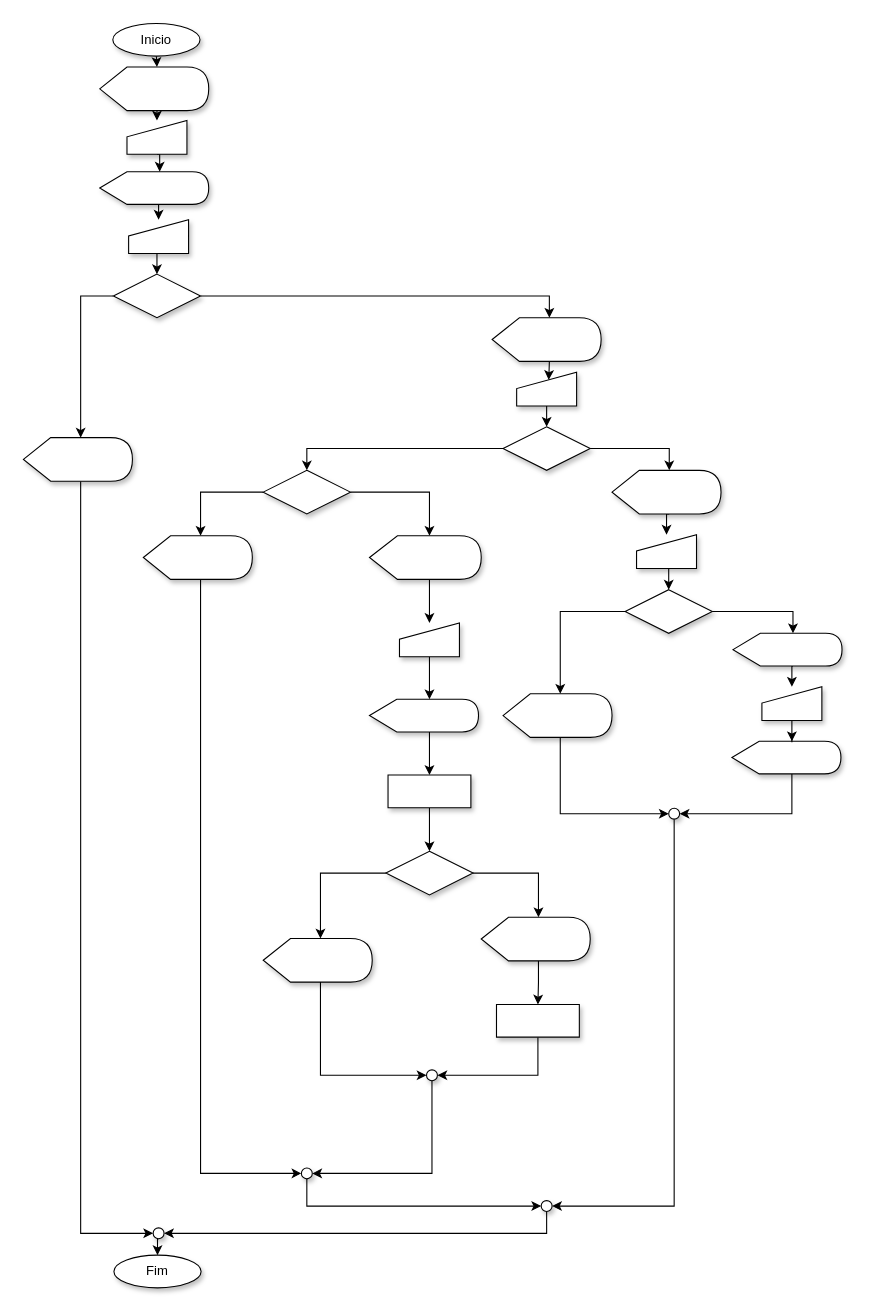
Earlier version of the draw.io diagram SistemaCadastro.drawio (MatheusLPolidoro/senai-versoes-colaboracoes). Source tidied: cells renumbered, new cells numbered last; positions are measured from the earlier drawing's top-left corner, leaving out a move shared by most shapes. Both pictures are drawn from the tidied source at 109%, with x=0, y=0 at pixel (23, 23).
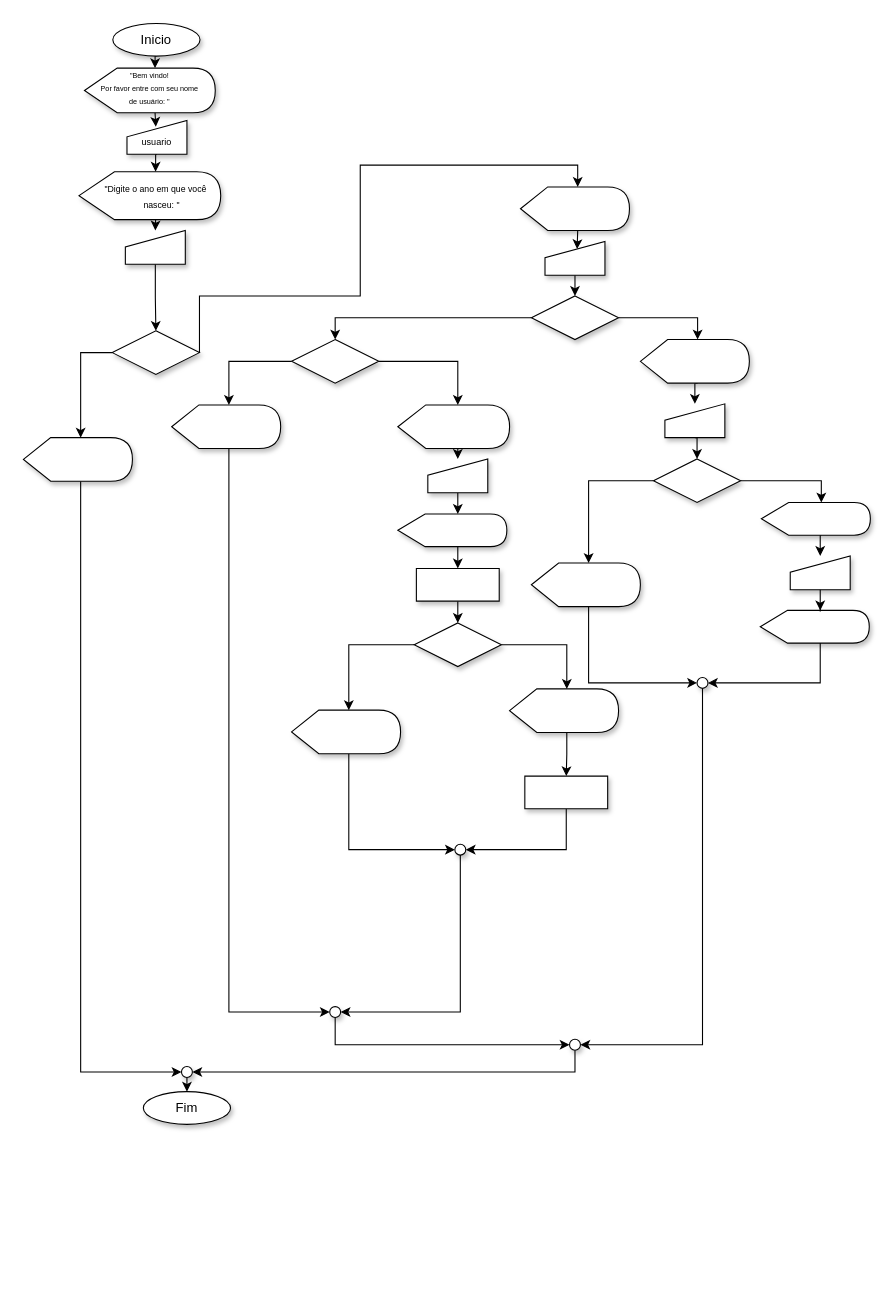
The same diagram, later.

The change refers to these unchanged cells:
```xml
<mxCell id="7" style="shape=display;whiteSpace=wrap;html=1;shadow=1;" parent="1" vertex="1">
  <mxGeometry y="380" width="100" height="40" as="geometry" />
</mxCell>
<mxCell id="27" value="Inicio" style="ellipse;whiteSpace=wrap;html=1;align=center;newEdgeStyle={&quot;edgeStyle&quot;:&quot;entityRelationEdgeStyle&quot;,&quot;startArrow&quot;:&quot;none&quot;,&quot;endArrow&quot;:&quot;none&quot;,&quot;segment&quot;:10,&quot;curved&quot;:1};shadow=1;" parent="1" vertex="1">
  <mxGeometry x="82" width="80" height="30" as="geometry" />
</mxCell>
```

Change to the diagram source:
```diff
@@
-    <mxCell id="2" style="edgeStyle=orthogonalEdgeStyle;rounded=0;jettySize=auto;html=1;exitX=0;exitY=0;exitDx=52.5;exitDy=40;exitPerimeter=0;entryX=0.5;entryY=0;entryDx=0;entryDy=0;" parent="1" edge="1" source="3" target="30">
+    <mxCell id="2" style="edgeStyle=orthogonalEdgeStyle;rounded=0;jettySize=auto;html=1;exitX=0;exitY=0;exitDx=64.75;exitDy=41;exitPerimeter=0;entryX=0.481;entryY=0.186;entryDx=0;entryDy=0;entryPerimeter=0;" parent="1" edge="1" source="3" target="30">
       <mxGeometry relative="1" as="geometry" />
     </mxCell>
-    <mxCell id="3" style="shape=display;whiteSpace=wrap;html=1;shadow=1;" parent="1" vertex="1">
-      <mxGeometry x="70" y="40" width="100" height="40" as="geometry" />
+    <mxCell id="3" value="&lt;font style=&quot;font-size: 8px&quot;&gt;&lt;sup&gt;&quot;Bem vindo! &lt;br&gt;Por favor entre com seu nome &lt;br&gt;de usuário: &quot;&lt;/sup&gt;&lt;/font&gt;" style="shape=display;whiteSpace=wrap;html=1;shadow=1;fontSize=4;" parent="1" vertex="1">
+      <mxGeometry x="56" y="41" width="120" height="41" as="geometry" />
     </mxCell>
-    <mxCell id="4" style="edgeStyle=orthogonalEdgeStyle;rounded=0;jettySize=auto;html=1;exitX=0;exitY=0;exitDx=55;exitDy=30;exitPerimeter=0;entryX=0.5;entryY=0;entryDx=0;entryDy=0;" parent="1" edge="1" source="5" target="32">
+    <mxCell id="4" style="rounded=0;jettySize=auto;html=1;exitX=0;exitY=0;exitDx=70.25;exitDy=44;exitPerimeter=0;entryX=0.5;entryY=0;entryDx=0;entryDy=0;" parent="1" edge="1" source="5" target="32">
       <mxGeometry relative="1" as="geometry" />
     </mxCell>
-    <mxCell id="5" style="shape=display;whiteSpace=wrap;html=1;shadow=1;" parent="1" vertex="1">
-      <mxGeometry x="70" y="136" width="100" height="30" as="geometry" />
+    <mxCell id="5" value="&lt;font style=&quot;font-size: 8px&quot;&gt;&amp;nbsp; &amp;nbsp; &amp;nbsp; &quot;Digite o ano em que você&amp;nbsp;&lt;br&gt;&amp;nbsp; &amp;nbsp; &amp;nbsp; &amp;nbsp; &amp;nbsp; nasceu: &quot;&lt;/font&gt;" style="shape=display;whiteSpace=wrap;html=1;shadow=1;" parent="1" vertex="1">
+      <mxGeometry x="51" y="136" width="130" height="44" as="geometry" />
     </mxCell>
@@
     <mxCell id="9" style="shape=display;whiteSpace=wrap;html=1;shadow=1;" parent="1" vertex="1">
-      <mxGeometry x="430" y="270" width="100" height="40" as="geometry" />
+      <mxGeometry x="456" y="150" width="100" height="40" as="geometry" />
     </mxCell>
@@
     <mxCell id="11" style="shape=display;whiteSpace=wrap;html=1;shadow=1;" parent="1" vertex="1">
-      <mxGeometry x="540" y="410" width="100" height="40" as="geometry" />
+      <mxGeometry x="566" y="290" width="100" height="40" as="geometry" />
     </mxCell>
@@
     <mxCell id="13" style="shape=display;whiteSpace=wrap;html=1;shadow=1;" parent="1" vertex="1">
-      <mxGeometry x="650" y="658.5" width="100" height="30" as="geometry" />
+      <mxGeometry x="676" y="538.5" width="100" height="30" as="geometry" />
     </mxCell>
@@
     <mxCell id="15" style="shape=display;whiteSpace=wrap;html=1;shadow=1;" parent="1" vertex="1">
-      <mxGeometry x="440" y="615" width="100" height="40" as="geometry" />
+      <mxGeometry x="466" y="495" width="100" height="40" as="geometry" />
     </mxCell>
@@
     <mxCell id="17" style="shape=display;whiteSpace=wrap;html=1;shadow=1;" parent="1" vertex="1">
-      <mxGeometry x="317.5" y="470" width="102.5" height="40" as="geometry" />
+      <mxGeometry x="343.5" y="350" width="102.5" height="40" as="geometry" />
     </mxCell>
@@
     <mxCell id="19" style="shape=display;whiteSpace=wrap;html=1;shadow=1;" parent="1" vertex="1">
-      <mxGeometry x="317.5" y="620" width="100" height="30" as="geometry" />
+      <mxGeometry x="343.5" y="450" width="100" height="30" as="geometry" />
     </mxCell>
@@
     <mxCell id="21" style="shape=display;whiteSpace=wrap;html=1;shadow=1;" parent="1" vertex="1">
-      <mxGeometry x="220" y="839.5" width="100" height="40" as="geometry" />
+      <mxGeometry x="246" y="630" width="100" height="40" as="geometry" />
     </mxCell>
@@
     <mxCell id="23" style="shape=display;whiteSpace=wrap;html=1;shadow=1;" parent="1" vertex="1">
-      <mxGeometry x="110" y="470" width="100" height="40" as="geometry" />
+      <mxGeometry x="136" y="350" width="100" height="40" as="geometry" />
     </mxCell>
@@
     <mxCell id="25" style="shape=display;whiteSpace=wrap;html=1;shadow=1;" parent="1" vertex="1">
-      <mxGeometry x="420" y="820" width="100" height="40" as="geometry" />
+      <mxGeometry x="446" y="610.5" width="100" height="40" as="geometry" />
     </mxCell>
-    <mxCell id="26" style="edgeStyle=orthogonalEdgeStyle;rounded=0;jettySize=auto;html=1;exitX=0.5;exitY=1;exitDx=0;exitDy=0;entryX=0;entryY=0;entryDx=52.5;entryDy=0;entryPerimeter=0;" parent="1" edge="1" source="27" target="3">
+    <mxCell id="26" style="edgeStyle=orthogonalEdgeStyle;rounded=0;jettySize=auto;html=1;exitX=0.5;exitY=1;exitDx=0;exitDy=0;entryX=0;entryY=0;entryDx=64.75;entryDy=0;entryPerimeter=0;" parent="1" edge="1" source="27" target="3">
       <mxGeometry relative="1" as="geometry" />
     </mxCell>
@@
     <mxCell id="28" value="Fim" style="ellipse;whiteSpace=wrap;html=1;align=center;newEdgeStyle={&quot;edgeStyle&quot;:&quot;entityRelationEdgeStyle&quot;,&quot;startArrow&quot;:&quot;none&quot;,&quot;endArrow&quot;:&quot;none&quot;,&quot;segment&quot;:10,&quot;curved&quot;:1};shadow=1;" parent="1" vertex="1">
-      <mxGeometry x="83" y="1130" width="80" height="30" as="geometry" />
+      <mxGeometry x="110" y="980" width="80" height="30" as="geometry" />
     </mxCell>
-    <mxCell id="29" style="edgeStyle=orthogonalEdgeStyle;rounded=0;jettySize=auto;html=1;exitX=0.5;exitY=1;exitDx=0;exitDy=0;entryX=0;entryY=0;entryDx=55;entryDy=0;entryPerimeter=0;" parent="1" edge="1" source="30" target="5">
+    <mxCell id="29" style="edgeStyle=orthogonalEdgeStyle;rounded=0;jettySize=auto;html=1;exitX=0.5;exitY=1;exitDx=0;exitDy=0;entryX=0;entryY=0;entryDx=70.25;entryDy=0;entryPerimeter=0;" parent="1" edge="1" source="30" target="5">
       <mxGeometry relative="1" as="geometry" />
     </mxCell>
-    <mxCell id="30" style="shape=manualInput;whiteSpace=wrap;html=1;shadow=1;size=15;" parent="1" vertex="1">
+    <mxCell id="30" value="&lt;font style=&quot;font-size: 10px&quot;&gt;&lt;sub&gt;usuario&lt;/sub&gt;&lt;/font&gt;" style="shape=manualInput;whiteSpace=wrap;html=1;shadow=1;size=15;" parent="1" vertex="1">
       <mxGeometry x="95" y="89" width="55" height="31" as="geometry" />
     </mxCell>
@@
     <mxCell id="32" style="shape=manualInput;whiteSpace=wrap;html=1;shadow=1;size=15;" parent="1" vertex="1">
-      <mxGeometry x="96.5" y="180" width="55" height="31" as="geometry" />
+      <mxGeometry x="93.5" y="190" width="55" height="31" as="geometry" />
     </mxCell>
+    <mxCell id="34" style="edgeStyle=orthogonalEdgeStyle;rounded=0;jettySize=auto;html=1;exitX=0;exitY=0.5;exitDx=0;exitDy=0;exitPerimeter=0;entryX=0;entryY=0;entryDx=52.5;entryDy=0;entryPerimeter=0;" parent="1" edge="1" source="35" target="7">
+      <mxGeometry relative="1" as="geometry" />
+    </mxCell>
     <mxCell id="33" style="edgeStyle=orthogonalEdgeStyle;rounded=0;jettySize=auto;html=1;exitX=1;exitY=0.5;exitDx=0;exitDy=0;exitPerimeter=0;entryX=0;entryY=0;entryDx=52.5;entryDy=0;entryPerimeter=0;" parent="1" edge="1" source="35" target="9">
-      <mxGeometry relative="1" as="geometry" />
+      <mxGeometry relative="1" as="geometry">
+        <Array as="points">
+          <mxPoint x="161" y="250" />
+          <mxPoint x="309" y="250" />
+          <mxPoint x="309" y="130" />
+          <mxPoint x="509" y="130" />
+        </Array>
+      </mxGeometry>
     </mxCell>
-    <mxCell id="34" style="edgeStyle=orthogonalEdgeStyle;rounded=0;jettySize=auto;html=1;exitX=0;exitY=0.5;exitDx=0;exitDy=0;exitPerimeter=0;entryX=0;entryY=0;entryDx=52.5;entryDy=0;entryPerimeter=0;" parent="1" edge="1" source="35" target="7">
-      <mxGeometry relative="1" as="geometry" />
-    </mxCell>
     <mxCell id="35" style="strokeWidth=1;html=1;shape=mxgraph.flowchart.decision;whiteSpace=wrap;shadow=1;" parent="1" vertex="1">
-      <mxGeometry x="82.5" y="230" width="80" height="40" as="geometry" />
+      <mxGeometry x="81.5" y="282" width="80" height="40" as="geometry" />
     </mxCell>
@@
     <mxCell id="37" style="shape=manualInput;whiteSpace=wrap;html=1;shadow=1;size=15;" parent="1" vertex="1">
-      <mxGeometry x="452.5" y="320" width="55" height="31" as="geometry" />
+      <mxGeometry x="478.5" y="200" width="55" height="31" as="geometry" />
     </mxCell>
@@
     <mxCell id="39" style="shape=manualInput;whiteSpace=wrap;html=1;shadow=1;size=15;" parent="1" vertex="1">
-      <mxGeometry x="562.5" y="469" width="55" height="31" as="geometry" />
+      <mxGeometry x="588.5" y="349" width="55" height="31" as="geometry" />
     </mxCell>
@@
     <mxCell id="41" style="shape=manualInput;whiteSpace=wrap;html=1;shadow=1;size=15;" parent="1" vertex="1">
-      <mxGeometry x="677.5" y="608.5" width="55" height="31" as="geometry" />
+      <mxGeometry x="703.5" y="488.5" width="55" height="31" as="geometry" />
     </mxCell>
@@
     <mxCell id="43" style="shape=display;whiteSpace=wrap;html=1;shadow=1;" parent="1" vertex="1">
-      <mxGeometry x="651" y="559.5" width="100" height="30" as="geometry" />
+      <mxGeometry x="677" y="439.5" width="100" height="30" as="geometry" />
     </mxCell>
@@
     <mxCell id="46" style="strokeWidth=1;html=1;shape=mxgraph.flowchart.decision;whiteSpace=wrap;shadow=1;" parent="1" vertex="1">
-      <mxGeometry x="220" y="410" width="80" height="40" as="geometry" />
+      <mxGeometry x="246" y="290" width="80" height="40" as="geometry" />
     </mxCell>
@@
     <mxCell id="49" style="strokeWidth=1;html=1;shape=mxgraph.flowchart.decision;whiteSpace=wrap;shadow=1;" parent="1" vertex="1">
-      <mxGeometry x="440" y="370" width="80" height="40" as="geometry" />
+      <mxGeometry x="466" y="250" width="80" height="40" as="geometry" />
     </mxCell>
@@
     <mxCell id="52" style="strokeWidth=1;html=1;shape=mxgraph.flowchart.decision;whiteSpace=wrap;shadow=1;" parent="1" vertex="1">
-      <mxGeometry x="332.5" y="759.5" width="80" height="40" as="geometry" />
+      <mxGeometry x="358.5" y="550" width="80" height="40" as="geometry" />
     </mxCell>
@@
     <mxCell id="55" style="strokeWidth=1;html=1;shape=mxgraph.flowchart.decision;whiteSpace=wrap;shadow=1;" parent="1" vertex="1">
-      <mxGeometry x="552" y="519.5" width="80" height="40" as="geometry" />
+      <mxGeometry x="578" y="399.5" width="80" height="40" as="geometry" />
     </mxCell>
@@
     <mxCell id="57" style="shape=manualInput;whiteSpace=wrap;html=1;shadow=1;size=15;" parent="1" vertex="1">
-      <mxGeometry x="345" y="550" width="55" height="31" as="geometry" />
+      <mxGeometry x="371" y="399.5" width="55" height="31" as="geometry" />
     </mxCell>
@@
     <mxCell id="59" style="shape=manualInput;whiteSpace=wrap;html=1;shadow=1;size=0;" parent="1" vertex="1">
-      <mxGeometry x="434" y="900" width="76" height="30" as="geometry" />
+      <mxGeometry x="460" y="690.5" width="76" height="30" as="geometry" />
     </mxCell>
@@
     <mxCell id="61" style="shape=manualInput;whiteSpace=wrap;html=1;shadow=1;size=0;" parent="1" vertex="1">
-      <mxGeometry x="334.5" y="689.5" width="76" height="30" as="geometry" />
+      <mxGeometry x="360.5" y="500" width="76" height="30" as="geometry" />
     </mxCell>
     <mxCell id="62" style="edgeStyle=orthogonalEdgeStyle;rounded=0;jettySize=auto;html=1;exitX=0.5;exitY=1;exitDx=0;exitDy=0;entryX=1;entryY=0.5;entryDx=0;entryDy=0;" parent="1" edge="1" source="63" target="69">
       <mxGeometry relative="1" as="geometry">
         <Array as="points">
-          <mxPoint x="597" y="1085" />
+          <mxPoint x="623" y="937" />
         </Array>
       </mxGeometry>
     </mxCell>
     <mxCell id="63" style="ellipse;whiteSpace=wrap;html=1;shadow=1;" parent="1" vertex="1">
-      <mxGeometry x="592" y="720" width="10" height="10" as="geometry" />
+      <mxGeometry x="618" y="600" width="10" height="10" as="geometry" />
     </mxCell>
     <mxCell id="64" style="edgeStyle=orthogonalEdgeStyle;rounded=0;jettySize=auto;html=1;entryX=1;entryY=0.5;entryDx=0;entryDy=0;" parent="1" edge="1" source="65" target="67">
       <mxGeometry relative="1" as="geometry">
         <Array as="points">
-          <mxPoint x="375" y="1055" />
+          <mxPoint x="401" y="907" />
         </Array>
       </mxGeometry>
     </mxCell>
     <mxCell id="65" style="ellipse;whiteSpace=wrap;html=1;shadow=1;" parent="1" vertex="1">
-      <mxGeometry x="369.8" y="960" width="10" height="10" as="geometry" />
+      <mxGeometry x="395.8" y="753" width="10" height="10" as="geometry" />
     </mxCell>
@@
     <mxCell id="67" style="ellipse;whiteSpace=wrap;html=1;shadow=1;" parent="1" vertex="1">
-      <mxGeometry x="255" y="1050" width="10" height="10" as="geometry" />
+      <mxGeometry x="281" y="902" width="10" height="10" as="geometry" />
     </mxCell>
@@
     <mxCell id="69" style="ellipse;whiteSpace=wrap;html=1;shadow=1;" parent="1" vertex="1">
-      <mxGeometry x="475" y="1080" width="10" height="10" as="geometry" />
+      <mxGeometry x="501" y="932" width="10" height="10" as="geometry" />
     </mxCell>
@@
     <mxCell id="71" style="ellipse;whiteSpace=wrap;html=1;shadow=1;" parent="1" vertex="1">
-      <mxGeometry x="119" y="1105" width="10" height="10" as="geometry" />
+      <mxGeometry x="145" y="957" width="10" height="10" as="geometry" />
     </mxCell>
```
